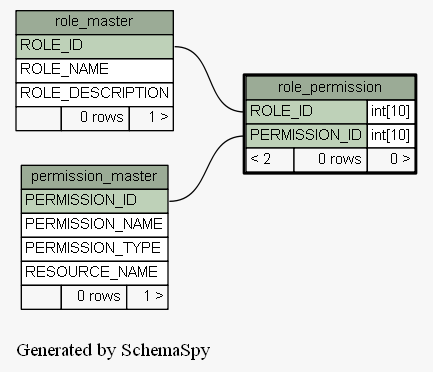
Earlier version of the Graphviz export docs/database/schemaspy/graphs/role_permission.1degree.png (engineerscraft/hrms). Its source is kept beside it as docs/database/schemaspy/graphs/role_permission.1degree.dot.
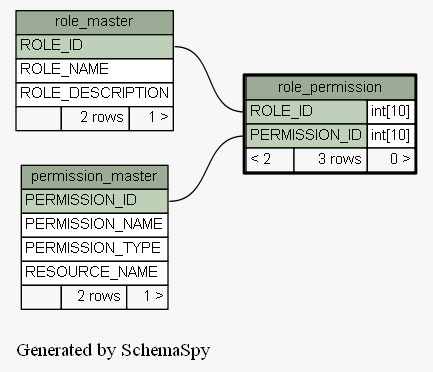
The same file after the commit.

What changed in the source:
```diff
@@ -23,7 +23,7 @@
       <TR><TD PORT="PERMISSION_NAME" COLSPAN="3" ALIGN="LEFT">PERMISSION_NAME</TD></TR>
       <TR><TD PORT="PERMISSION_TYPE" COLSPAN="3" ALIGN="LEFT">PERMISSION_TYPE</TD></TR>
       <TR><TD PORT="RESOURCE_NAME" COLSPAN="3" ALIGN="LEFT">RESOURCE_NAME</TD></TR>
-      <TR><TD ALIGN="LEFT" BGCOLOR="#f7f7f7">  </TD><TD ALIGN="RIGHT" BGCOLOR="#f7f7f7">0 rows</TD><TD ALIGN="RIGHT" BGCOLOR="#f7f7f7">1 &gt;</TD></TR>
+      <TR><TD ALIGN="LEFT" BGCOLOR="#f7f7f7">  </TD><TD ALIGN="RIGHT" BGCOLOR="#f7f7f7">2 rows</TD><TD ALIGN="RIGHT" BGCOLOR="#f7f7f7">1 &gt;</TD></TR>
     </TABLE>>
     URL="permission_master.html#graph"
     tooltip="permission_master"
@@ -35,7 +35,7 @@
       <TR><TD PORT="ROLE_ID" COLSPAN="3" BGCOLOR="#bed1b8" ALIGN="LEFT">ROLE_ID</TD></TR>
       <TR><TD PORT="ROLE_NAME" COLSPAN="3" ALIGN="LEFT">ROLE_NAME</TD></TR>
       <TR><TD PORT="ROLE_DESCRIPTION" COLSPAN="3" ALIGN="LEFT">ROLE_DESCRIPTION</TD></TR>
-      <TR><TD ALIGN="LEFT" BGCOLOR="#f7f7f7">  </TD><TD ALIGN="RIGHT" BGCOLOR="#f7f7f7">0 rows</TD><TD ALIGN="RIGHT" BGCOLOR="#f7f7f7">1 &gt;</TD></TR>
+      <TR><TD ALIGN="LEFT" BGCOLOR="#f7f7f7">  </TD><TD ALIGN="RIGHT" BGCOLOR="#f7f7f7">2 rows</TD><TD ALIGN="RIGHT" BGCOLOR="#f7f7f7">1 &gt;</TD></TR>
     </TABLE>>
     URL="role_master.html#graph"
     tooltip="role_master"
@@ -46,7 +46,7 @@
       <TR><TD PORT="role_permission.heading" COLSPAN="3" BGCOLOR="#9bab96" ALIGN="CENTER">role_permission</TD></TR>
       <TR><TD PORT="ROLE_ID" COLSPAN="2" BGCOLOR="#bed1b8" ALIGN="LEFT">ROLE_ID</TD><TD PORT="ROLE_ID.type" ALIGN="LEFT">int[10]</TD></TR>
       <TR><TD PORT="PERMISSION_ID" COLSPAN="2" BGCOLOR="#bed1b8" ALIGN="LEFT">PERMISSION_ID</TD><TD PORT="PERMISSION_ID.type" ALIGN="LEFT">int[10]</TD></TR>
-      <TR><TD ALIGN="LEFT" BGCOLOR="#f7f7f7">&lt; 2</TD><TD ALIGN="RIGHT" BGCOLOR="#f7f7f7">0 rows</TD><TD ALIGN="RIGHT" BGCOLOR="#f7f7f7">0 &gt;</TD></TR>
+      <TR><TD ALIGN="LEFT" BGCOLOR="#f7f7f7">&lt; 2</TD><TD ALIGN="RIGHT" BGCOLOR="#f7f7f7">3 rows</TD><TD ALIGN="RIGHT" BGCOLOR="#f7f7f7">0 &gt;</TD></TR>
     </TABLE>>
     URL="role_permission.html#"
     tooltip="role_permission"
```
